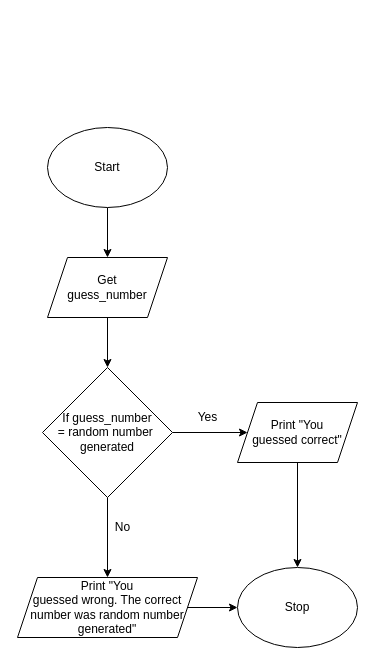
Above: flowchart.drawio in Andrew-Ten-Den/ICS3U-Unit3-03-Python (draw.io), before the change. Source tidied: cells renumbered, new cells numbered last; positions are measured from the earlier drawing's top-left corner, leaving out a move shared by most shapes. Both pictures are drawn from the tidied source at 100%, with x=0, y=0 at pixel (17, 127).
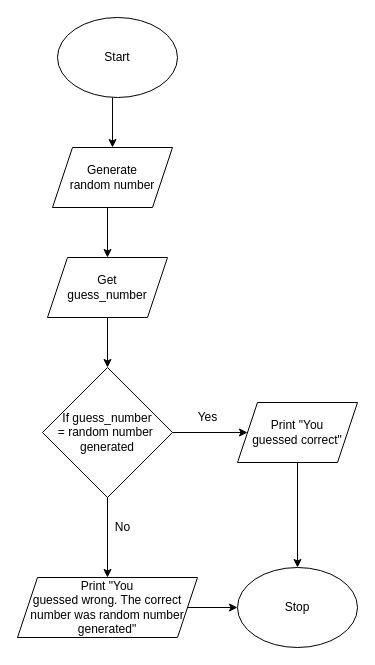
The same page after the edit.

What changed in the source:
```diff
@@
 <mxGraphModel>
   <root>
     <mxCell id="0" />
     <mxCell id="1" parent="0" />
-    <mxCell id="2" style="edgeStyle=none;html=1;entryX=0.5;entryY=0;entryDx=0;entryDy=0;" parent="1" edge="1" source="3" target="5">
-      <mxGeometry relative="1" as="geometry" />
+    <mxCell id="2" style="edgeStyle=none;html=1;entryX=0.5;entryY=0;entryDx=0;entryDy=0;" parent="1" edge="1" target="5">
+      <mxGeometry relative="1" as="geometry">
+        <mxPoint x="90" y="80" as="sourcePoint" />
+      </mxGeometry>
     </mxCell>
-    <mxCell id="3" value="Start" style="ellipse;whiteSpace=wrap;html=1;" parent="1" vertex="1">
-      <mxGeometry x="30" width="120" height="80" as="geometry" />
-    </mxCell>
     <mxCell id="4" style="edgeStyle=none;html=1;entryX=0.5;entryY=0;entryDx=0;entryDy=0;" parent="1" edge="1" source="5" target="9">
       <mxGeometry relative="1" as="geometry" />
     </mxCell>
     <mxCell id="5" value="Get &lt;br&gt;guess_number" style="shape=parallelogram;perimeter=parallelogramPerimeter;whiteSpace=wrap;html=1;fixedSize=1;" parent="1" vertex="1">
       <mxGeometry x="30" y="130" width="120" height="60" as="geometry" />
     </mxCell>
     <mxCell id="6" value="Stop" style="ellipse;whiteSpace=wrap;html=1;" parent="1" vertex="1">
       <mxGeometry x="220" y="440" width="120" height="80" as="geometry" />
     </mxCell>
     <mxCell id="7" style="edgeStyle=none;html=1;entryX=0.5;entryY=0;entryDx=0;entryDy=0;" parent="1" edge="1" source="9" target="13">
       <mxGeometry relative="1" as="geometry" />
     </mxCell>
     <mxCell id="8" style="edgeStyle=none;html=1;entryX=0;entryY=0.5;entryDx=0;entryDy=0;" parent="1" edge="1" source="9" target="11">
       <mxGeometry relative="1" as="geometry" />
     </mxCell>
     <mxCell id="9" value="If guess_number &lt;br&gt;= random number&amp;nbsp;&lt;br&gt;generated" style="rhombus;whiteSpace=wrap;html=1;" parent="1" vertex="1">
       <mxGeometry x="25" y="240" width="130" height="130" as="geometry" />
     </mxCell>
     <mxCell id="10" style="edgeStyle=none;html=1;entryX=0.5;entryY=0;entryDx=0;entryDy=0;" parent="1" edge="1" source="11" target="6">
       <mxGeometry relative="1" as="geometry" />
     </mxCell>
     <mxCell id="11" value="Print &quot;You &lt;br&gt;guessed correct&quot;" style="shape=parallelogram;perimeter=parallelogramPerimeter;whiteSpace=wrap;html=1;fixedSize=1;" parent="1" vertex="1">
       <mxGeometry x="220" y="275" width="120" height="60" as="geometry" />
     </mxCell>
     <mxCell id="12" style="edgeStyle=none;html=1;entryX=0;entryY=0.5;entryDx=0;entryDy=0;" parent="1" edge="1" source="13" target="6">
       <mxGeometry relative="1" as="geometry" />
     </mxCell>
     <mxCell id="13" value="Print &quot;You &lt;br&gt;guessed wrong. The correct number was random number generated&quot;" style="shape=parallelogram;perimeter=parallelogramPerimeter;whiteSpace=wrap;html=1;fixedSize=1;" parent="1" vertex="1">
       <mxGeometry y="450" width="180" height="60" as="geometry" />
     </mxCell>
     <mxCell id="14" value="Yes" style="text;html=1;align=center;verticalAlign=middle;strokeColor=none;fillColor=none;" parent="1" vertex="1">
       <mxGeometry x="175" y="280" width="30" height="20" as="geometry" />
     </mxCell>
     <mxCell id="15" value="No" style="text;html=1;align=center;verticalAlign=middle;strokeColor=none;fillColor=none;" parent="1" vertex="1">
       <mxGeometry x="90" y="390" width="30" height="20" as="geometry" />
     </mxCell>
+    <mxCell id="16" style="edgeStyle=none;html=1;entryX=0.5;entryY=0;entryDx=0;entryDy=0;" parent="1" edge="1" target="17">
+      <mxGeometry relative="1" as="geometry">
+        <mxPoint x="95" y="-30" as="sourcePoint" />
+      </mxGeometry>
+    </mxCell>
+    <mxCell id="17" value="Generate &lt;br&gt;random number" style="shape=parallelogram;perimeter=parallelogramPerimeter;whiteSpace=wrap;html=1;fixedSize=1;" parent="1" vertex="1">
+      <mxGeometry x="35" y="20" width="120" height="60" as="geometry" />
+    </mxCell>
+    <mxCell id="3" value="Start" style="ellipse;whiteSpace=wrap;html=1;" parent="1" vertex="1">
+      <mxGeometry x="40" y="-110" width="120" height="80" as="geometry" />
+    </mxCell>
   </root>
 </mxGraphModel>
```
